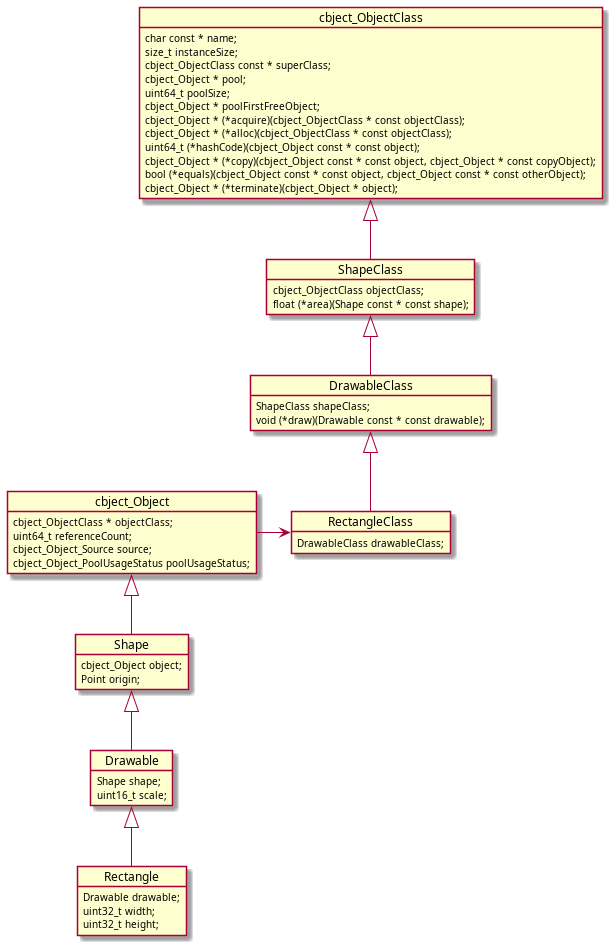
Earlier version of the PlantUML export docs/media/diag-rectangle-class-example.png (alexmarincu/Cbject).
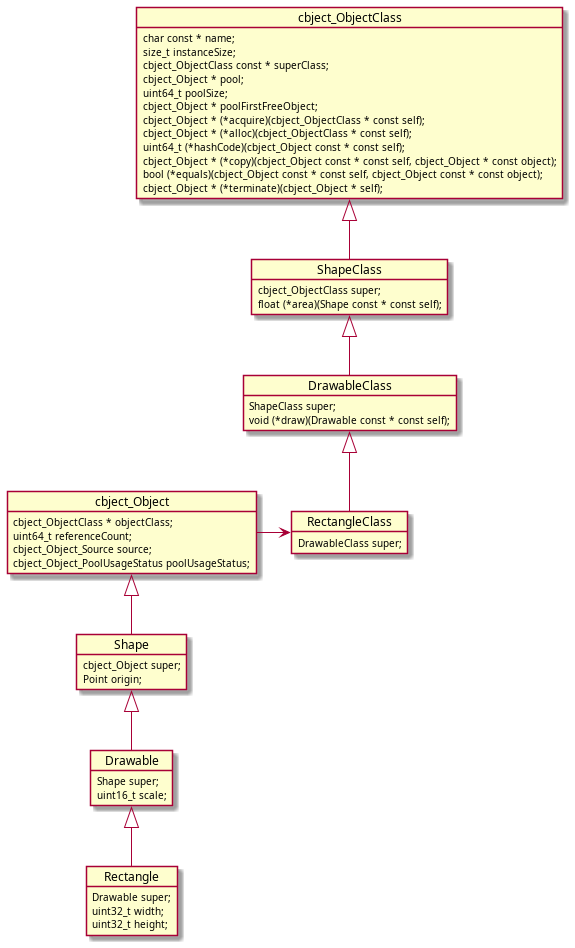
Above is the later version.

What changed in the source:
```diff
@@ -1,27 +1,27 @@
 @startuml
 object Rectangle {
-    Drawable drawable;
+    Drawable super;
     uint32_t width;
     uint32_t height;
 }
 object RectangleClass {
-    DrawableClass drawableClass;
+    DrawableClass super;
 }
 object Drawable {
-    Shape shape;
+    Shape super;
     uint16_t scale;
 }
 object DrawableClass {
-    ShapeClass shapeClass;
-    void (*draw)(Drawable const * const drawable);
+    ShapeClass super;
+    void (*draw)(Drawable const * const self);
 }
 object Shape {
-    cbject_Object object;
+    cbject_Object super;
     Point origin;
 }
 object ShapeClass {
-    cbject_ObjectClass objectClass;
-    float (*area)(Shape const * const shape);
+    cbject_ObjectClass super;
+    float (*area)(Shape const * const self);
 }
 object cbject_Object {
     cbject_ObjectClass * objectClass;
@@ -36,12 +36,12 @@
     cbject_Object * pool;
     uint64_t poolSize;
     cbject_Object * poolFirstFreeObject;
-    cbject_Object * (*acquire)(cbject_ObjectClass * const objectClass);
-    cbject_Object * (*alloc)(cbject_ObjectClass * const objectClass);
-    uint64_t (*hashCode)(cbject_Object const * const object);
-    cbject_Object * (*copy)(cbject_Object const * const object, cbject_Object * const copyObject);
-    bool (*equals)(cbject_Object const * const object, cbject_Object const * const otherObject);
-    cbject_Object * (*terminate)(cbject_Object * object);
+    cbject_Object * (*acquire)(cbject_ObjectClass * const self);
+    cbject_Object * (*alloc)(cbject_ObjectClass * const self);
+    uint64_t (*hashCode)(cbject_Object const * const self);
+    cbject_Object * (*copy)(cbject_Object const * const self, cbject_Object * const object);
+    bool (*equals)(cbject_Object const * const self, cbject_Object const * const object);
+    cbject_Object * (*terminate)(cbject_Object * self);
 }
 Rectangle -u-|> Drawable
 RectangleClass -u-|> DrawableClass
```
